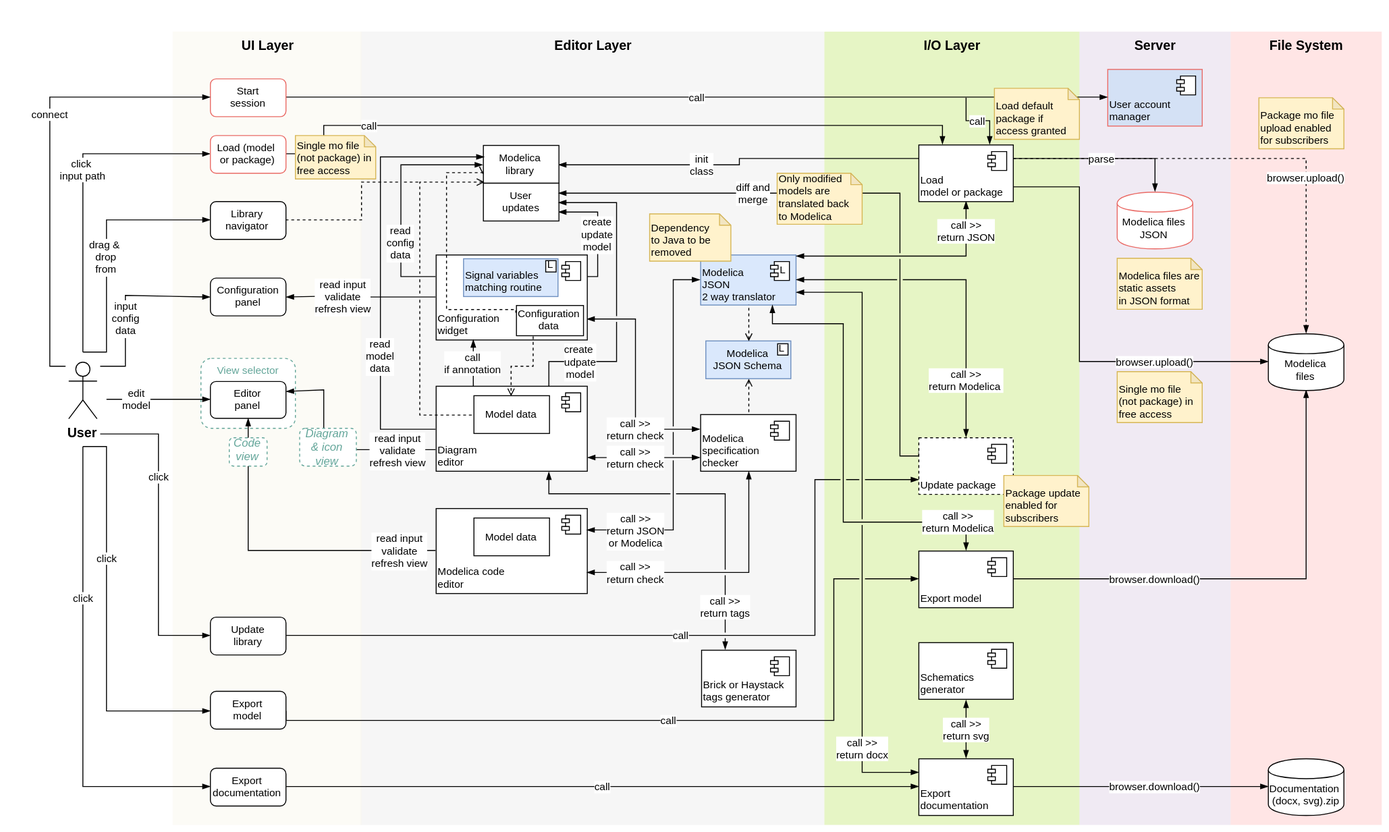
Earlier version of the draw.io export specification/source/img/linkage_architecture_spa.svg (lbl-srg/ctrl-flow). Source tidied: cells renumbered, new cells last; positions are measured from the earlier drawing's top-left corner, leaving out a move shared by most shapes.
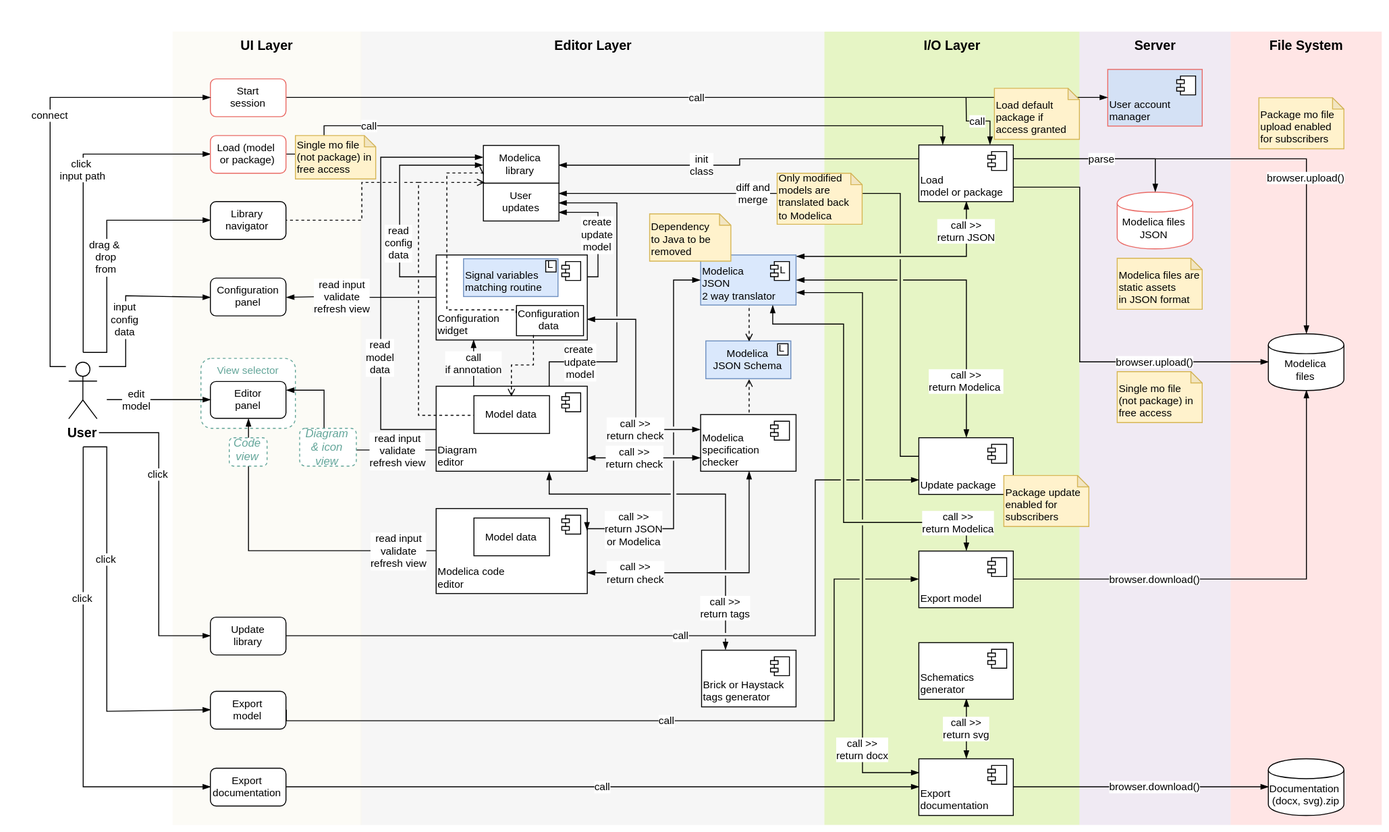
After the commit.

Change to the diagram source:
```diff
@@ -111,7 +111,7 @@
     </mxCell>
     <mxCell id="25" value="call &amp;gt;&amp;gt;&lt;br style=&quot;font-size: 11px&quot;&gt;return JSON" style="edgeStyle=orthogonalEdgeStyle;rounded=0;jettySize=auto;html=1;exitX=0.5;exitY=1;exitDx=0;exitDy=0;endArrow=blockThin;endFill=1;startArrow=blockThin;startFill=1;fontSize=11;" parent="1" edge="1" source="27">
       <mxGeometry x="-0.73" relative="1" as="geometry">
-        <mxPoint x="790" y="237.7" as="targetPoint" />
+        <mxPoint x="790.3" y="238" as="targetPoint" />
         <Array as="points">
           <mxPoint x="970" y="238" />
         </Array>
@@ -173,7 +173,7 @@
     <mxCell id="36" value="call &amp;gt;&amp;gt;&lt;br style=&quot;font-size: 11px&quot;&gt;return Modelica&amp;nbsp;" style="edgeStyle=orthogonalEdgeStyle;rounded=0;jumpStyle=gap;jettySize=auto;html=1;exitX=0.5;exitY=0;exitDx=0;exitDy=0;entryX=1;entryY=0.5;entryDx=0;entryDy=0;startArrow=blockThin;startFill=1;endArrow=blockThin;endFill=1;fontSize=11;" parent="1" edge="1" source="37" target="20">
       <mxGeometry x="-0.66" relative="1" as="geometry" />
     </mxCell>
-    <mxCell id="37" value="Update package" style="html=1;verticalAlign=bottom;align=left;fontSize=11;dashed=1;" parent="1" vertex="1">
+    <mxCell id="37" value="Update package" style="html=1;verticalAlign=bottom;align=left;fontSize=11;" parent="1" vertex="1">
       <mxGeometry x="920" y="430" width="100" height="60" as="geometry" />
     </mxCell>
     <mxCell id="38" style="shape=component;jettyWidth=8;jettyHeight=4;fontSize=11;" parent="37" vertex="1">
@@ -302,7 +302,7 @@
     </mxCell>
     <mxCell id="65" style="edgeStyle=orthogonalEdgeStyle;rounded=0;jettySize=auto;html=1;entryX=1;entryY=0.5;entryDx=0;entryDy=0;endArrow=none;endFill=0;dashed=1;jumpStyle=gap;fontSize=11;" parent="1" edge="1" target="64">
       <mxGeometry relative="1" as="geometry">
-        <mxPoint x="390" y="159.3" as="sourcePoint" />
+        <mxPoint x="390.3" y="159.7" as="sourcePoint" />
         <Array as="points">
           <mxPoint x="330" y="160" />
           <mxPoint x="330" y="200" />
@@ -476,7 +476,7 @@
     <mxCell id="106" value="Modelica&lt;br&gt;files" style="shape=cylinder;whiteSpace=wrap;html=1;boundedLbl=1;backgroundOutline=1;fontSize=11;" parent="1" vertex="1">
       <mxGeometry x="1290" y="320" width="80" height="60" as="geometry" />
     </mxCell>
-    <mxCell id="107" value="browser.upload()" style="edgeStyle=orthogonalEdgeStyle;rounded=0;jettySize=auto;html=1;endArrow=blockThin;endFill=1;noJump=0;jumpStyle=gap;entryX=0.5;entryY=0;entryDx=0;entryDy=0;exitX=1;exitY=0.25;exitDx=0;exitDy=0;dashed=1;" parent="1" edge="1" source="27" target="106">
+    <mxCell id="107" value="browser.upload()" style="edgeStyle=orthogonalEdgeStyle;rounded=0;jettySize=auto;html=1;endArrow=blockThin;endFill=1;noJump=0;jumpStyle=gap;entryX=0.5;entryY=0;entryDx=0;entryDy=0;exitX=1;exitY=0.25;exitDx=0;exitDy=0;" parent="1" edge="1" source="27" target="106">
       <mxGeometry x="0.33" relative="1" as="geometry" />
     </mxCell>
     <mxCell id="108" value="parse" style="edgeStyle=orthogonalEdgeStyle;rounded=0;jettySize=auto;html=1;exitX=1;exitY=0.25;exitDx=0;exitDy=0;endArrow=blockThin;endFill=1;noJump=0;jumpStyle=gap;entryX=0.5;entryY=0;entryDx=0;entryDy=0;" parent="1" edge="1" source="27" target="96">
```
